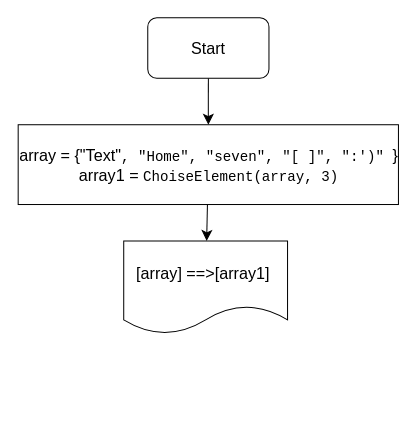
Antonyo891/C-sharp keeps this draw.io diagram as Диаграмма без названия.drawio. Above is the earlier version. Source tidied: cells renumbered, new cells numbered last; positions are measured from the earlier drawing's top-left corner, leaving out a move shared by most shapes. Both pictures are drawn from the tidied source at 101%, with x=0, y=0 at pixel (17, 17).
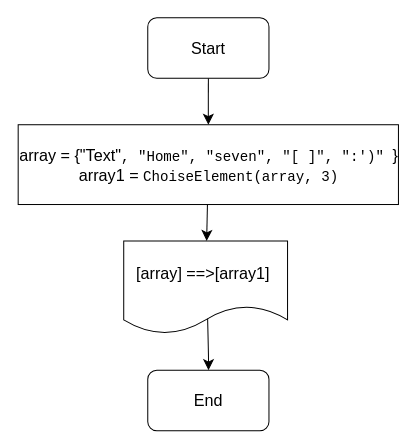
The same diagram, later.

Change to the diagram source:
```diff
@@
 <mxGraphModel>
   <root>
     <mxCell id="0" />
     <mxCell id="1" parent="0" />
     <mxCell id="2" style="edgeStyle=none;curved=1;rounded=0;jettySize=auto;html=1;fontSize=12;startSize=8;endSize=8;" parent="1" edge="1" source="3" target="5">
       <mxGeometry relative="1" as="geometry" />
     </mxCell>
     <mxCell id="3" value="Start" style="rounded=1;whiteSpace=wrap;html=1;fontSize=16;" parent="1" vertex="1">
       <mxGeometry x="128.8" width="120" height="60" as="geometry" />
     </mxCell>
     <mxCell id="4" style="edgeStyle=none;curved=1;rounded=0;jettySize=auto;html=1;fontSize=12;startSize=8;endSize=8;" parent="1" edge="1" source="5" target="6">
       <mxGeometry relative="1" as="geometry" />
     </mxCell>
     <mxCell id="5" value="array = {&quot;Text&quot;&lt;span style=&quot;font-family: Consolas, &amp;quot;Courier New&amp;quot;, monospace; font-size: 14px;&quot;&gt;, &lt;/span&gt;&lt;span style=&quot;font-family: Consolas, &amp;quot;Courier New&amp;quot;, monospace; font-size: 14px;&quot;&gt;&quot;Home&quot;&lt;/span&gt;&lt;span style=&quot;font-family: Consolas, &amp;quot;Courier New&amp;quot;, monospace; font-size: 14px;&quot;&gt;, &lt;/span&gt;&lt;span style=&quot;font-family: Consolas, &amp;quot;Courier New&amp;quot;, monospace; font-size: 14px;&quot;&gt;&quot;seven&quot;&lt;/span&gt;&lt;span style=&quot;font-family: Consolas, &amp;quot;Courier New&amp;quot;, monospace; font-size: 14px;&quot;&gt;, &lt;/span&gt;&lt;span style=&quot;font-family: Consolas, &amp;quot;Courier New&amp;quot;, monospace; font-size: 14px;&quot;&gt;&quot;[ ]&quot;&lt;/span&gt;&lt;span style=&quot;font-family: Consolas, &amp;quot;Courier New&amp;quot;, monospace; font-size: 14px;&quot;&gt;, &lt;/span&gt;&lt;span style=&quot;font-family: Consolas, &amp;quot;Courier New&amp;quot;, monospace; font-size: 14px;&quot;&gt;&quot;:')&quot;&lt;/span&gt;&lt;span style=&quot;font-family: Consolas, &amp;quot;Courier New&amp;quot;, monospace; font-size: 14px;&quot;&gt; &lt;/span&gt;}&lt;br&gt;array1 =&amp;nbsp;&lt;span style=&quot;font-family: Consolas, &amp;quot;Courier New&amp;quot;, monospace; font-size: 14px;&quot;&gt;ChoiseElement&lt;/span&gt;&lt;span style=&quot;font-family: Consolas, &amp;quot;Courier New&amp;quot;, monospace; font-size: 14px;&quot;&gt;(&lt;/span&gt;&lt;span style=&quot;font-family: Consolas, &amp;quot;Courier New&amp;quot;, monospace; font-size: 14px;&quot;&gt;array&lt;/span&gt;&lt;span style=&quot;font-family: Consolas, &amp;quot;Courier New&amp;quot;, monospace; font-size: 14px;&quot;&gt;, &lt;/span&gt;&lt;span style=&quot;font-family: Consolas, &amp;quot;Courier New&amp;quot;, monospace; font-size: 14px;&quot;&gt;3&lt;/span&gt;&lt;span style=&quot;font-family: Consolas, &amp;quot;Courier New&amp;quot;, monospace; font-size: 14px;&quot;&gt;)&lt;/span&gt;" style="rounded=0;whiteSpace=wrap;html=1;fontSize=16;" parent="1" vertex="1">
       <mxGeometry x="0.5" y="106" width="376.5" height="79" as="geometry" />
     </mxCell>
+    <mxCell id="7" style="edgeStyle=none;curved=1;rounded=0;jettySize=auto;html=1;fontSize=12;startSize=8;endSize=8;exitX=0.5;exitY=0;exitDx=0;exitDy=0;" parent="1" edge="1" source="6" target="8">
+      <mxGeometry relative="1" as="geometry">
+        <Array as="points">
+          <mxPoint x="189" y="331" />
+        </Array>
+      </mxGeometry>
+    </mxCell>
     <mxCell id="6" value="[array] ==&amp;gt;[array1]&amp;nbsp;" style="shape=document;whiteSpace=wrap;html=1;boundedLbl=1;fontSize=16;rounded=0;" parent="1" vertex="1">
       <mxGeometry x="105" y="221" width="162.2" height="92" as="geometry" />
     </mxCell>
+    <mxCell id="8" value="End" style="rounded=1;whiteSpace=wrap;html=1;fontSize=16;" parent="1" vertex="1">
+      <mxGeometry x="128.8" y="349" width="120" height="60" as="geometry" />
+    </mxCell>
   </root>
 </mxGraphModel>
```
